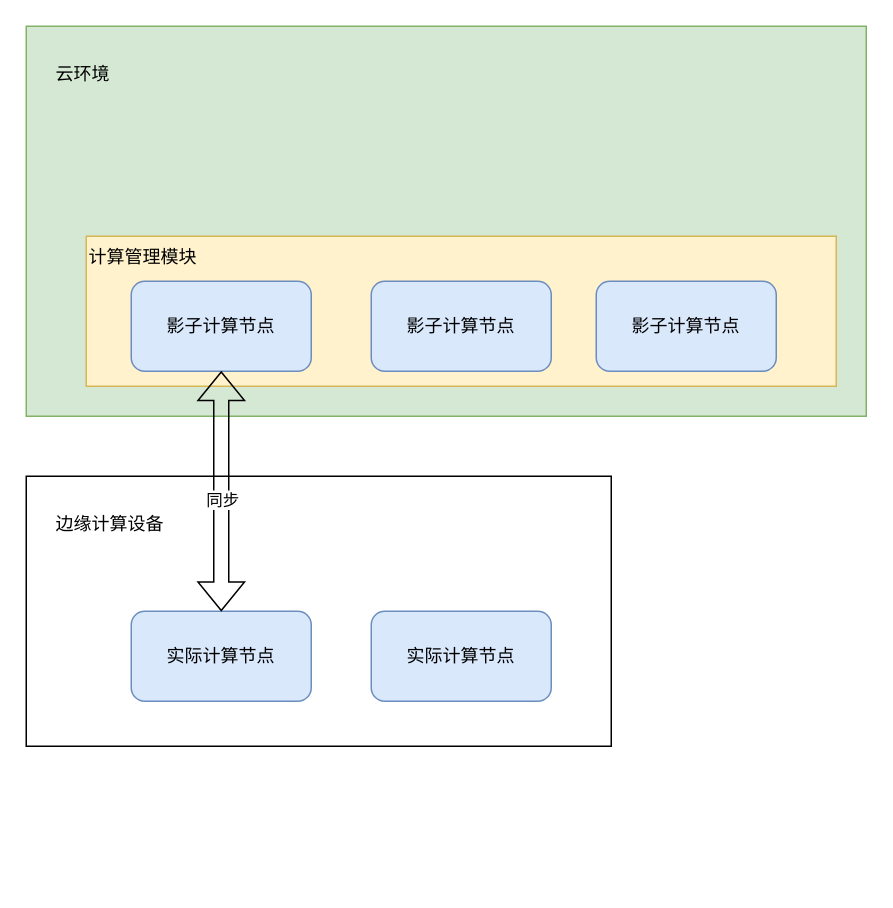
Earlier version of the draw.io diagram 计算流程.drawio (dforel/dforel). Source tidied: cells renumbered, new cells numbered last; positions are measured from the earlier drawing's top-left corner, leaving out a move shared by most shapes. Both pictures are drawn from the tidied source at 150%, with x=0, y=0 at pixel (26, 26).
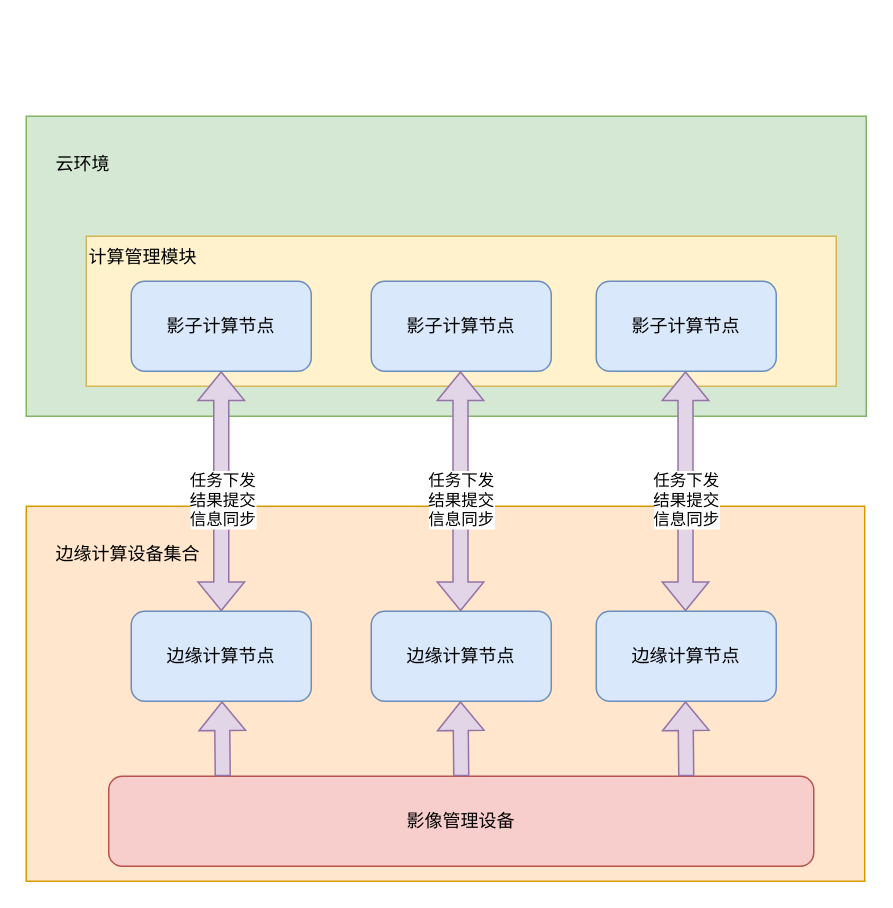
After the change.

Commit message (it also covers changes not shown here):
更新计算流程.drawio

Unchanged cells that the change refers to:
```xml
<mxCell id="5" value="影子计算节点" style="rounded=1;whiteSpace=wrap;html=1;fillColor=#dae8fc;strokeColor=#6c8ebf;" parent="1" vertex="1">
  <mxGeometry x="70" y="170" width="120" height="60" as="geometry" />
</mxCell>
```

Diff of the diagram source:
```diff
@@
-    <mxCell id="2" value="边缘计算设备" style="rounded=0;whiteSpace=wrap;html=1;verticalAlign=top;align=left;spacing=20;" parent="1" vertex="1">
-      <mxGeometry y="300" width="390" height="180" as="geometry" />
+    <mxCell id="2" value="边缘计算设备集合" style="rounded=0;whiteSpace=wrap;html=1;verticalAlign=top;align=left;spacing=20;fillColor=#ffe6cc;strokeColor=#d79b00;" parent="1" vertex="1">
+      <mxGeometry y="320" width="559" height="250" as="geometry" />
     </mxCell>
     <mxCell id="3" value="云环境" style="rounded=0;whiteSpace=wrap;html=1;horizontal=1;verticalAlign=top;align=left;spacing=20;fillColor=#d5e8d4;strokeColor=#82b366;" parent="1" vertex="1">
-      <mxGeometry width="560" height="260" as="geometry" />
+      <mxGeometry y="60" width="560" height="200" as="geometry" />
     </mxCell>
@@
-    <mxCell id="8" value="实际计算节点" style="rounded=1;whiteSpace=wrap;html=1;fillColor=#dae8fc;strokeColor=#6c8ebf;" parent="1" vertex="1">
+    <mxCell id="8" value="边缘计算节点" style="rounded=1;whiteSpace=wrap;html=1;fillColor=#dae8fc;strokeColor=#6c8ebf;" parent="1" vertex="1">
       <mxGeometry x="70" y="390" width="120" height="60" as="geometry" />
     </mxCell>
-    <mxCell id="9" value="实际计算节点" style="rounded=1;whiteSpace=wrap;html=1;fillColor=#dae8fc;strokeColor=#6c8ebf;" parent="1" vertex="1">
+    <mxCell id="9" value="边缘计算节点" style="rounded=1;whiteSpace=wrap;html=1;fillColor=#dae8fc;strokeColor=#6c8ebf;" parent="1" vertex="1">
       <mxGeometry x="230" y="390" width="120" height="60" as="geometry" />
     </mxCell>
-    <mxCell id="10" style="shape=flexArrow;endArrow=classic;startArrow=classic;html=1;rounded=0;entryX=0.5;entryY=1;entryDx=0;entryDy=0;" parent="1" edge="1" source="8" target="5">
+    <mxCell id="10" style="shape=flexArrow;endArrow=classic;startArrow=classic;html=1;rounded=0;entryX=0.5;entryY=1;entryDx=0;entryDy=0;fillColor=#e1d5e7;strokeColor=#9673a6;" parent="1" edge="1" source="8" target="5">
       <mxGeometry relative="1" as="geometry" />
     </mxCell>
-    <mxCell id="11" value="同步" style="edgeLabel;html=1;align=center;verticalAlign=middle;" parent="10" vertex="1">
+    <mxCell id="11" value="任务下发&lt;br&gt;结果提交&lt;br&gt;信息同步" style="edgeLabel;html=1;align=center;verticalAlign=middle;" parent="10" vertex="1">
       <mxGeometry x="-0.06" relative="1" as="geometry" />
     </mxCell>
+    <mxCell id="12" style="shape=flexArrow;endArrow=classic;startArrow=classic;html=1;rounded=0;entryX=0.5;entryY=1;entryDx=0;entryDy=0;fillColor=#e1d5e7;strokeColor=#9673a6;" parent="1" edge="1">
+      <mxGeometry relative="1" as="geometry">
+        <mxPoint x="289.5" y="390" as="sourcePoint" />
+        <mxPoint x="289.5" y="230" as="targetPoint" />
+      </mxGeometry>
+    </mxCell>
+    <mxCell id="13" value="&lt;span style=&quot;color: rgb(0, 0, 0); font-family: Helvetica; font-size: 11px; font-style: normal; font-variant-ligatures: normal; font-variant-caps: normal; font-weight: 400; letter-spacing: normal; orphans: 2; text-align: center; text-indent: 0px; text-transform: none; widows: 2; word-spacing: 0px; -webkit-text-stroke-width: 0px; background-color: rgb(255, 255, 255); text-decoration-thickness: initial; text-decoration-style: initial; text-decoration-color: initial; float: none; display: inline !important;&quot;&gt;任务下发&lt;/span&gt;&lt;br style=&quot;border-color: var(--border-color); color: rgb(0, 0, 0); font-family: Helvetica; font-size: 11px; font-style: normal; font-variant-ligatures: normal; font-variant-caps: normal; font-weight: 400; letter-spacing: normal; orphans: 2; text-align: center; text-indent: 0px; text-transform: none; widows: 2; word-spacing: 0px; -webkit-text-stroke-width: 0px; text-decoration-thickness: initial; text-decoration-style: initial; text-decoration-color: initial;&quot;&gt;&lt;span style=&quot;color: rgb(0, 0, 0); font-family: Helvetica; font-size: 11px; font-style: normal; font-variant-ligatures: normal; font-variant-caps: normal; font-weight: 400; letter-spacing: normal; orphans: 2; text-align: center; text-indent: 0px; text-transform: none; widows: 2; word-spacing: 0px; -webkit-text-stroke-width: 0px; background-color: rgb(255, 255, 255); text-decoration-thickness: initial; text-decoration-style: initial; text-decoration-color: initial; float: none; display: inline !important;&quot;&gt;结果提交&lt;/span&gt;&lt;br style=&quot;border-color: var(--border-color); color: rgb(0, 0, 0); font-family: Helvetica; font-size: 11px; font-style: normal; font-variant-ligatures: normal; font-variant-caps: normal; font-weight: 400; letter-spacing: normal; orphans: 2; text-align: center; text-indent: 0px; text-transform: none; widows: 2; word-spacing: 0px; -webkit-text-stroke-width: 0px; text-decoration-thickness: initial; text-decoration-style: initial; text-decoration-color: initial;&quot;&gt;&lt;span style=&quot;color: rgb(0, 0, 0); font-family: Helvetica; font-size: 11px; font-style: normal; font-variant-ligatures: normal; font-variant-caps: normal; font-weight: 400; letter-spacing: normal; orphans: 2; text-align: center; text-indent: 0px; text-transform: none; widows: 2; word-spacing: 0px; -webkit-text-stroke-width: 0px; background-color: rgb(255, 255, 255); text-decoration-thickness: initial; text-decoration-style: initial; text-decoration-color: initial; float: none; display: inline !important;&quot;&gt;信息同步&lt;/span&gt;" style="edgeLabel;html=1;align=center;verticalAlign=middle;" parent="12" vertex="1">
+      <mxGeometry x="-0.06" relative="1" as="geometry" />
+    </mxCell>
+    <mxCell id="14" value="边缘计算节点" style="rounded=1;whiteSpace=wrap;html=1;fillColor=#dae8fc;strokeColor=#6c8ebf;" parent="1" vertex="1">
+      <mxGeometry x="380" y="390" width="120" height="60" as="geometry" />
+    </mxCell>
+    <mxCell id="15" style="shape=flexArrow;endArrow=classic;startArrow=classic;html=1;rounded=0;entryX=0.5;entryY=1;entryDx=0;entryDy=0;fillColor=#e1d5e7;strokeColor=#9673a6;" parent="1" edge="1">
+      <mxGeometry relative="1" as="geometry">
+        <mxPoint x="439.5" y="390" as="sourcePoint" />
+        <mxPoint x="439.5" y="230" as="targetPoint" />
+      </mxGeometry>
+    </mxCell>
+    <mxCell id="16" value="&lt;span style=&quot;color: rgb(0, 0, 0); font-family: Helvetica; font-size: 11px; font-style: normal; font-variant-ligatures: normal; font-variant-caps: normal; font-weight: 400; letter-spacing: normal; orphans: 2; text-align: center; text-indent: 0px; text-transform: none; widows: 2; word-spacing: 0px; -webkit-text-stroke-width: 0px; background-color: rgb(255, 255, 255); text-decoration-thickness: initial; text-decoration-style: initial; text-decoration-color: initial; float: none; display: inline !important;&quot;&gt;任务下发&lt;/span&gt;&lt;br style=&quot;border-color: var(--border-color); color: rgb(0, 0, 0); font-family: Helvetica; font-size: 11px; font-style: normal; font-variant-ligatures: normal; font-variant-caps: normal; font-weight: 400; letter-spacing: normal; orphans: 2; text-align: center; text-indent: 0px; text-transform: none; widows: 2; word-spacing: 0px; -webkit-text-stroke-width: 0px; text-decoration-thickness: initial; text-decoration-style: initial; text-decoration-color: initial;&quot;&gt;&lt;span style=&quot;color: rgb(0, 0, 0); font-family: Helvetica; font-size: 11px; font-style: normal; font-variant-ligatures: normal; font-variant-caps: normal; font-weight: 400; letter-spacing: normal; orphans: 2; text-align: center; text-indent: 0px; text-transform: none; widows: 2; word-spacing: 0px; -webkit-text-stroke-width: 0px; background-color: rgb(255, 255, 255); text-decoration-thickness: initial; text-decoration-style: initial; text-decoration-color: initial; float: none; display: inline !important;&quot;&gt;结果提交&lt;/span&gt;&lt;br style=&quot;border-color: var(--border-color); color: rgb(0, 0, 0); font-family: Helvetica; font-size: 11px; font-style: normal; font-variant-ligatures: normal; font-variant-caps: normal; font-weight: 400; letter-spacing: normal; orphans: 2; text-align: center; text-indent: 0px; text-transform: none; widows: 2; word-spacing: 0px; -webkit-text-stroke-width: 0px; text-decoration-thickness: initial; text-decoration-style: initial; text-decoration-color: initial;&quot;&gt;&lt;span style=&quot;color: rgb(0, 0, 0); font-family: Helvetica; font-size: 11px; font-style: normal; font-variant-ligatures: normal; font-variant-caps: normal; font-weight: 400; letter-spacing: normal; orphans: 2; text-align: center; text-indent: 0px; text-transform: none; widows: 2; word-spacing: 0px; -webkit-text-stroke-width: 0px; background-color: rgb(255, 255, 255); text-decoration-thickness: initial; text-decoration-style: initial; text-decoration-color: initial; float: none; display: inline !important;&quot;&gt;信息同步&lt;/span&gt;" style="edgeLabel;html=1;align=center;verticalAlign=middle;" parent="15" vertex="1">
+      <mxGeometry x="-0.06" relative="1" as="geometry" />
+    </mxCell>
+    <mxCell id="17" value="影像管理设备" style="rounded=1;whiteSpace=wrap;html=1;fillColor=#f8cecc;strokeColor=#b85450;" parent="1" vertex="1">
+      <mxGeometry x="55" y="500" width="470" height="60" as="geometry" />
+    </mxCell>
+    <mxCell id="18" style="shape=flexArrow;endArrow=classic;html=1;rounded=0;entryX=0.5;entryY=1;entryDx=0;entryDy=0;fillColor=#e1d5e7;strokeColor=#9673a6;" parent="1" edge="1">
+      <mxGeometry relative="1" as="geometry">
+        <mxPoint x="131" y="500" as="sourcePoint" />
+        <mxPoint x="130.5" y="450" as="targetPoint" />
+      </mxGeometry>
+    </mxCell>
+    <mxCell id="19" style="shape=flexArrow;endArrow=classic;html=1;rounded=0;entryX=0.5;entryY=1;entryDx=0;entryDy=0;fillColor=#e1d5e7;strokeColor=#9673a6;" parent="1" edge="1">
+      <mxGeometry relative="1" as="geometry">
+        <mxPoint x="290" y="500" as="sourcePoint" />
+        <mxPoint x="289.5" y="450" as="targetPoint" />
+      </mxGeometry>
+    </mxCell>
+    <mxCell id="20" style="shape=flexArrow;endArrow=classic;html=1;rounded=0;entryX=0.5;entryY=1;entryDx=0;entryDy=0;fillColor=#e1d5e7;strokeColor=#9673a6;" parent="1" edge="1">
+      <mxGeometry relative="1" as="geometry">
+        <mxPoint x="440" y="500" as="sourcePoint" />
+        <mxPoint x="439.5" y="450" as="targetPoint" />
+      </mxGeometry>
+    </mxCell>
```
